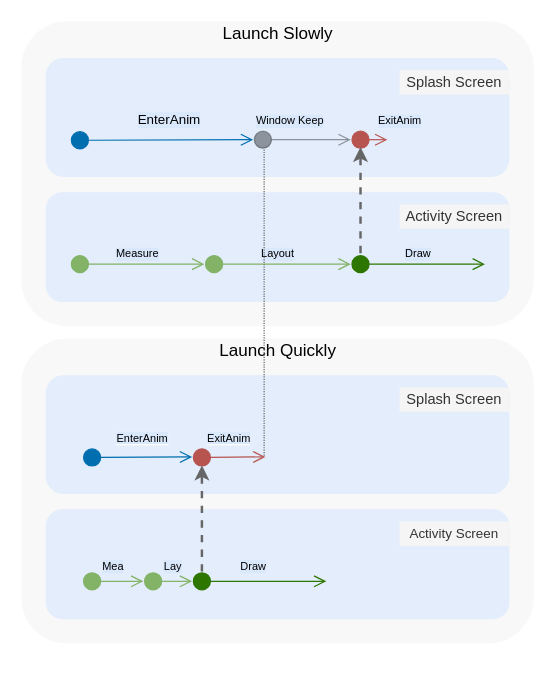
Above: ss-duration.drawio in ellisonchan/MineGraph (draw.io), before the change. Source tidied: cells renumbered, new cells numbered last; positions are measured from the earlier drawing's top-left corner, leaving out a move shared by most shapes. Both pictures are drawn from the tidied source at 122%, with x=0, y=0 at pixel (21, 21).
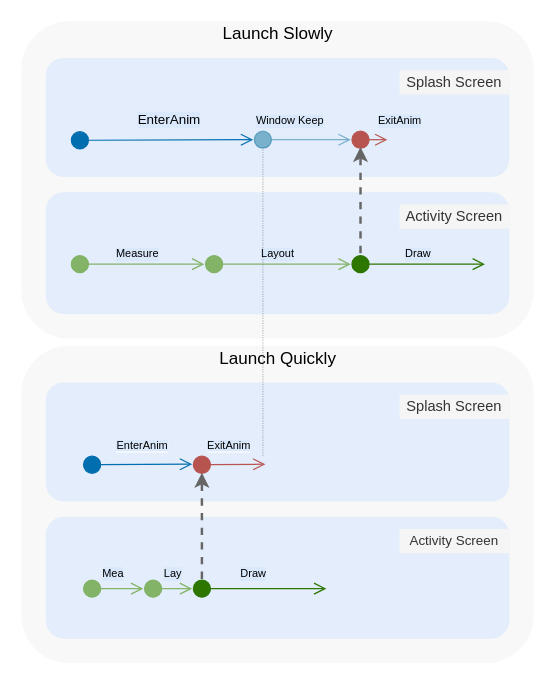
Above is the later version.

Diff of the diagram source:
```diff
@@
     <mxCell id="2" style="rounded=1;whiteSpace=wrap;html=1;shadow=0;glass=0;sketch=0;opacity=70;fillColor=#f5f5f5;fontColor=#333333;strokeColor=none;" parent="1" vertex="1">
-      <mxGeometry y="260" width="420" height="250" as="geometry" />
+      <mxGeometry y="266" width="420" height="260" as="geometry" />
     </mxCell>
     <mxCell id="3" value="&lt;span style=&quot;font-size: 14px&quot;&gt;Launch Quickly&lt;/span&gt;" style="text;html=1;strokeColor=none;fillColor=none;align=center;verticalAlign=middle;whiteSpace=wrap;rounded=0;" parent="1" vertex="1">
-      <mxGeometry x="134.7" y="260" width="150.7" height="20" as="geometry" />
+      <mxGeometry x="134.7" y="266" width="150.7" height="20" as="geometry" />
     </mxCell>
     <mxCell id="4" style="rounded=1;whiteSpace=wrap;html=1;shadow=0;glass=0;sketch=0;opacity=70;fillColor=#f5f5f5;fontColor=#333333;strokeColor=none;" parent="1" vertex="1">
-      <mxGeometry width="420" height="250" as="geometry" />
+      <mxGeometry width="420" height="260" as="geometry" />
     </mxCell>
     <mxCell id="5" style="rounded=1;whiteSpace=wrap;html=1;shadow=0;glass=0;sketch=0;opacity=70;fillColor=#dae8fc;strokeColor=none;" parent="1" vertex="1">
-      <mxGeometry x="20" y="140" width="380" height="90" as="geometry" />
+      <mxGeometry x="20" y="140" width="380" height="100" as="geometry" />
     </mxCell>
@@
     <mxCell id="14" style="rounded=1;whiteSpace=wrap;html=1;shadow=0;glass=0;sketch=0;opacity=70;fillColor=#dae8fc;strokeColor=none;" parent="1" vertex="1">
-      <mxGeometry x="20" y="400" width="380" height="90" as="geometry" />
+      <mxGeometry x="20" y="406" width="380" height="100" as="geometry" />
     </mxCell>
     <mxCell id="15" value="Draw" style="html=1;verticalAlign=bottom;startArrow=circle;startFill=1;endArrow=open;startSize=6;endSize=8;fontSize=9;fillColor=#60a917;strokeColor=#2D7600;labelBackgroundColor=#DAE8FC;" parent="1" edge="1">
       <mxGeometry x="-0.09" y="4" relative="1" as="geometry">
-        <mxPoint x="140" y="459" as="sourcePoint" />
-        <mxPoint x="250" y="459" as="targetPoint" />
+        <mxPoint x="140" y="465" as="sourcePoint" />
+        <mxPoint x="250" y="465" as="targetPoint" />
       </mxGeometry>
     </mxCell>
     <mxCell id="16" value="&lt;font style=&quot;font-size: 11px&quot;&gt;Activity Screen&lt;/font&gt;" style="text;html=1;fillColor=#f5f5f5;align=center;verticalAlign=middle;whiteSpace=wrap;rounded=0;fontColor=#333333;" parent="1" vertex="1">
-      <mxGeometry x="310" y="410" width="90" height="20" as="geometry" />
+      <mxGeometry x="310" y="416" width="90" height="20" as="geometry" />
     </mxCell>
     <mxCell id="17" style="rounded=1;whiteSpace=wrap;html=1;shadow=0;glass=0;sketch=0;opacity=70;fillColor=#dae8fc;strokeColor=none;" parent="1" vertex="1">
-      <mxGeometry x="20" y="290" width="380" height="97.5" as="geometry" />
+      <mxGeometry x="20" y="296" width="380" height="97.5" as="geometry" />
     </mxCell>
     <mxCell id="18" value="&lt;span style=&quot;background-color: rgb(218 , 232 , 252)&quot;&gt;EnterAnim&lt;/span&gt;" style="html=1;verticalAlign=bottom;startArrow=circle;startFill=1;endArrow=open;startSize=6;endSize=8;fontSize=9;fillColor=#1ba1e2;strokeColor=#006EAF;" parent="1" edge="1">
       <mxGeometry x="0.09" y="7" relative="1" as="geometry">
-        <mxPoint x="50" y="357.5" as="sourcePoint" />
-        <mxPoint x="140" y="357" as="targetPoint" />
+        <mxPoint x="50" y="363.5" as="sourcePoint" />
+        <mxPoint x="140" y="363" as="targetPoint" />
       </mxGeometry>
     </mxCell>
     <mxCell id="19" value="&lt;span style=&quot;background-color: rgb(218 , 232 , 252)&quot;&gt;ExitAnim&lt;/span&gt;" style="html=1;verticalAlign=bottom;startArrow=circle;startFill=1;endArrow=open;startSize=6;endSize=8;fontSize=9;fillColor=#f8cecc;strokeColor=#b85450;gradientColor=#ea6b66;" parent="1" edge="1">
       <mxGeometry y="7" relative="1" as="geometry">
-        <mxPoint x="140" y="357.5" as="sourcePoint" />
-        <mxPoint x="200" y="357" as="targetPoint" />
+        <mxPoint x="140" y="363.5" as="sourcePoint" />
+        <mxPoint x="200" y="363" as="targetPoint" />
       </mxGeometry>
     </mxCell>
     <mxCell id="20" value="&lt;font style=&quot;font-size: 12px&quot;&gt;Splash Screen&lt;/font&gt;" style="text;html=1;fillColor=#f5f5f5;align=center;verticalAlign=middle;whiteSpace=wrap;rounded=0;fontColor=#333333;" parent="1" vertex="1">
-      <mxGeometry x="310" y="300" width="90" height="20" as="geometry" />
+      <mxGeometry x="310" y="306" width="90" height="20" as="geometry" />
     </mxCell>
@@
     <mxCell id="22" value="Lay" style="html=1;verticalAlign=bottom;startArrow=circle;startFill=1;endArrow=open;startSize=6;endSize=8;fontSize=9;fillColor=#d5e8d4;strokeColor=#82b366;labelBackgroundColor=#DAE8FC;" parent="1" edge="1">
       <mxGeometry x="0.2" y="4" relative="1" as="geometry">
-        <mxPoint x="100" y="459" as="sourcePoint" />
-        <mxPoint x="140" y="459" as="targetPoint" />
+        <mxPoint x="100" y="465" as="sourcePoint" />
+        <mxPoint x="140" y="465" as="targetPoint" />
       </mxGeometry>
     </mxCell>
     <mxCell id="23" value="Mea" style="html=1;verticalAlign=bottom;startArrow=circle;startFill=1;endArrow=open;startSize=6;endSize=8;fontSize=9;fillColor=#d5e8d4;strokeColor=#82b366;labelBackgroundColor=#DAE8FC;" parent="1" edge="1">
       <mxGeometry y="4" relative="1" as="geometry">
-        <mxPoint x="50" y="459" as="sourcePoint" />
-        <mxPoint x="100" y="459" as="targetPoint" />
+        <mxPoint x="50" y="465" as="sourcePoint" />
+        <mxPoint x="100" y="465" as="targetPoint" />
       </mxGeometry>
     </mxCell>
@@
     <mxCell id="25" style="endArrow=classic;html=1;labelBackgroundColor=#DAE8FC;fontSize=9;dashed=1;strokeWidth=2;fillColor=#f5f5f5;strokeColor=#666666;gradientColor=#b3b3b3;" parent="1" edge="1">
       <mxGeometry relative="1" as="geometry">
-        <mxPoint x="148" y="451" as="sourcePoint" />
-        <mxPoint x="148" y="364" as="targetPoint" />
+        <mxPoint x="148" y="457" as="sourcePoint" />
+        <mxPoint x="148" y="370" as="targetPoint" />
       </mxGeometry>
     </mxCell>
-    <mxCell id="26" style="endArrow=none;dashed=1;html=1;strokeWidth=1;labelBackgroundColor=#DAE8FC;fontSize=9;fillColor=#f5f5f5;strokeColor=#666666;dashPattern=1 1;gradientColor=#b3b3b3;" parent="1" edge="1">
+    <mxCell id="26" style="endArrow=none;dashed=1;html=1;strokeWidth=1;labelBackgroundColor=#DAE8FC;fontSize=9;fillColor=#f5f5f5;strokeColor=#666666;dashPattern=1 1;gradientColor=#b3b3b3;opacity=40;" parent="1" edge="1">
       <mxGeometry relative="1" as="geometry">
-        <mxPoint x="199" y="356" as="sourcePoint" />
-        <mxPoint x="199" y="104" as="targetPoint" />
+        <mxPoint x="198" y="356" as="sourcePoint" />
+        <mxPoint x="198" y="104" as="targetPoint" />
       </mxGeometry>
     </mxCell>
-    <mxCell id="27" value="Window Keep" style="html=1;verticalAlign=bottom;startArrow=circle;startFill=1;endArrow=open;startSize=6;endSize=8;fontSize=9;fillColor=#f9f7ed;strokeColor=#36393d;opacity=50;labelBackgroundColor=#DAE8FC;" parent="1" edge="1">
+    <mxCell id="27" value="Window Keep" style="html=1;verticalAlign=bottom;startArrow=circle;startFill=1;endArrow=open;startSize=6;endSize=8;fontSize=9;fillColor=#b1ddf0;strokeColor=#10739e;opacity=50;labelBackgroundColor=#DAE8FC;" parent="1" edge="1">
       <mxGeometry x="-0.25" y="7" relative="1" as="geometry">
         <mxPoint x="190" y="97" as="sourcePoint" />
         <mxPoint x="270" y="97" as="targetPoint" />
       </mxGeometry>
     </mxCell>
```
